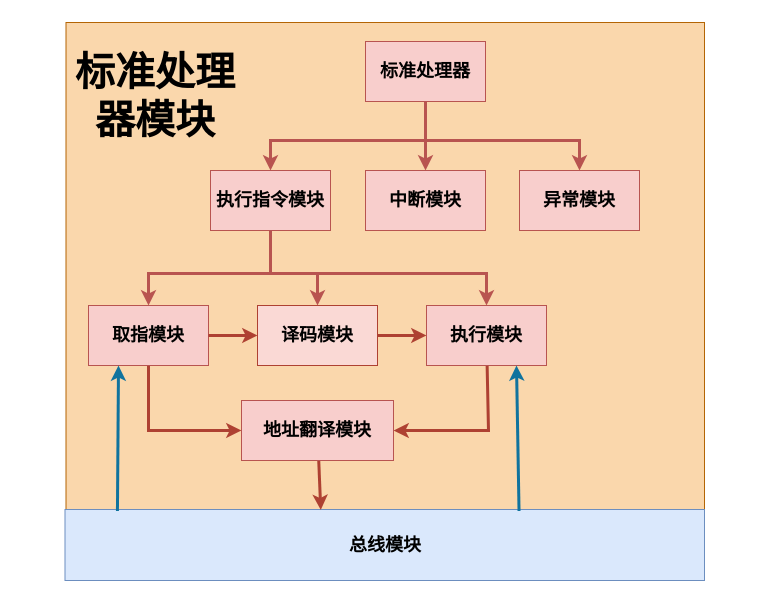
Above: page "处理器模块" (1 of 7) of doc/architecture.drawio in Clo91eaf/hemu (draw.io), before the change. Source tidied: cells renumbered, new cells numbered last; positions are measured from the earlier drawing's top-left corner, leaving out a move shared by most shapes. Both pictures are drawn from the tidied source at 100%, with x=0, y=0 at pixel (64, 22).
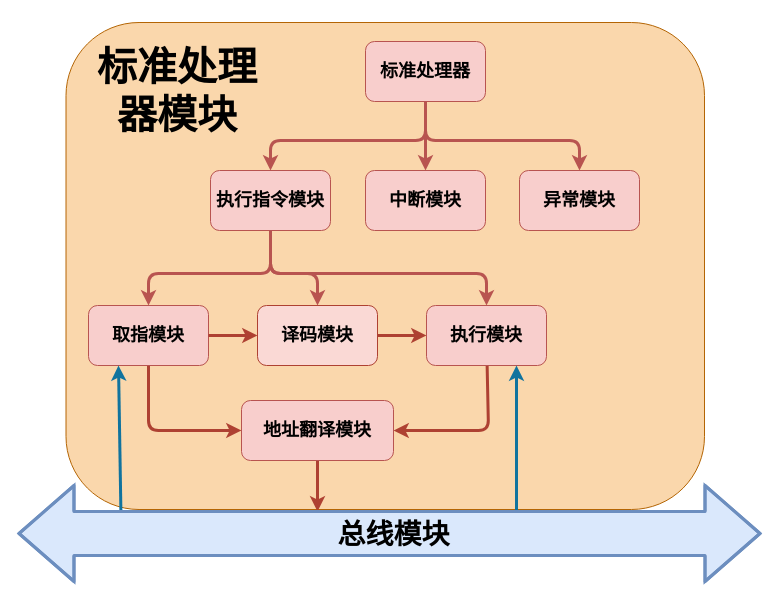
The same page after the edit.

What changed in the source:
```diff
@@
-    <mxCell id="2" style="whiteSpace=wrap;html=1;fontSize=18;fillColor=#fad7ac;strokeColor=#b46504;" parent="1" vertex="1">
+    <mxCell id="2" style="whiteSpace=wrap;html=1;fontSize=18;fillColor=#fad7ac;strokeColor=#b46504;rounded=1;" parent="1" vertex="1">
       <mxGeometry x="1.5" width="638.5" height="487" as="geometry" />
     </mxCell>
-    <mxCell id="3" style="edgeStyle=none;html=1;fontSize=18;startArrow=none;startFill=0;entryX=0.5;entryY=0;entryDx=0;entryDy=0;rounded=0;exitX=0.5;exitY=1;exitDx=0;exitDy=0;fillColor=#f8cecc;strokeColor=#b85450;strokeWidth=3;" parent="1" edge="1" source="4" target="7">
+    <mxCell id="3" style="edgeStyle=none;html=1;fontSize=18;startArrow=none;startFill=0;entryX=0.5;entryY=0;entryDx=0;entryDy=0;rounded=1;exitX=0.5;exitY=1;exitDx=0;exitDy=0;fillColor=#f8cecc;strokeColor=#b85450;strokeWidth=3;" parent="1" edge="1" source="4" target="7">
       <mxGeometry relative="1" as="geometry">
         <Array as="points">
           <mxPoint x="361" y="118" />
           <mxPoint x="206" y="118" />
         </Array>
       </mxGeometry>
     </mxCell>
-    <mxCell id="4" value="&lt;h2&gt;标准处理器&lt;/h2&gt;" style="whiteSpace=wrap;html=1;rounded=0;fillColor=#f8cecc;strokeColor=#b85450;" parent="1" vertex="1">
+    <mxCell id="4" value="&lt;h2&gt;标准处理器&lt;/h2&gt;" style="whiteSpace=wrap;html=1;rounded=1;fillColor=#f8cecc;strokeColor=#b85450;" parent="1" vertex="1">
       <mxGeometry x="301" y="19" width="120" height="60" as="geometry" />
     </mxCell>
-    <mxCell id="5" value="&lt;h2&gt;中断模块&lt;/h2&gt;" style="whiteSpace=wrap;html=1;rounded=0;fillColor=#f8cecc;strokeColor=#b85450;" parent="1" vertex="1">
+    <mxCell id="5" value="&lt;h2&gt;中断模块&lt;/h2&gt;" style="whiteSpace=wrap;html=1;rounded=1;fillColor=#f8cecc;strokeColor=#b85450;" parent="1" vertex="1">
       <mxGeometry x="301" y="148" width="120" height="60" as="geometry" />
     </mxCell>
-    <mxCell id="6" value="&lt;h2&gt;异常模块&lt;/h2&gt;" style="whiteSpace=wrap;html=1;rounded=0;fillColor=#f8cecc;strokeColor=#b85450;" parent="1" vertex="1">
+    <mxCell id="6" value="&lt;h2&gt;异常模块&lt;/h2&gt;" style="whiteSpace=wrap;html=1;rounded=1;fillColor=#f8cecc;strokeColor=#b85450;" parent="1" vertex="1">
       <mxGeometry x="455" y="148" width="120" height="60" as="geometry" />
     </mxCell>
-    <mxCell id="7" value="&lt;h2&gt;执行指令模块&lt;/h2&gt;" style="whiteSpace=wrap;html=1;rounded=0;fillColor=#f8cecc;strokeColor=#b85450;" parent="1" vertex="1">
+    <mxCell id="7" value="&lt;h2&gt;执行指令模块&lt;/h2&gt;" style="whiteSpace=wrap;html=1;rounded=1;fillColor=#f8cecc;strokeColor=#b85450;" parent="1" vertex="1">
       <mxGeometry x="146" y="148" width="120" height="60" as="geometry" />
     </mxCell>
-    <mxCell id="8" style="edgeStyle=none;html=1;fontSize=18;startArrow=none;startFill=0;entryX=0.5;entryY=0;entryDx=0;entryDy=0;exitX=0.5;exitY=1;exitDx=0;exitDy=0;rounded=0;fillColor=#f8cecc;strokeColor=#b85450;strokeWidth=3;" parent="1" edge="1" source="4" target="6">
+    <mxCell id="8" style="edgeStyle=none;html=1;fontSize=18;startArrow=none;startFill=0;entryX=0.5;entryY=0;entryDx=0;entryDy=0;exitX=0.5;exitY=1;exitDx=0;exitDy=0;rounded=1;fillColor=#f8cecc;strokeColor=#b85450;strokeWidth=3;" parent="1" edge="1" source="4" target="6">
       <mxGeometry relative="1" as="geometry">
         <Array as="points">
           <mxPoint x="361" y="118" />
           <mxPoint x="515" y="118" />
         </Array>
       </mxGeometry>
     </mxCell>
-    <mxCell id="9" style="edgeStyle=none;html=1;fontSize=18;startArrow=none;startFill=0;entryX=0.5;entryY=0;entryDx=0;entryDy=0;exitX=0.5;exitY=1;exitDx=0;exitDy=0;rounded=0;fillColor=#f8cecc;strokeColor=#b85450;strokeWidth=3;" parent="1" edge="1" source="4" target="5">
+    <mxCell id="9" style="edgeStyle=none;html=1;fontSize=18;startArrow=none;startFill=0;entryX=0.5;entryY=0;entryDx=0;entryDy=0;exitX=0.5;exitY=1;exitDx=0;exitDy=0;rounded=1;fillColor=#f8cecc;strokeColor=#b85450;strokeWidth=3;" parent="1" edge="1" source="4" target="5">
       <mxGeometry relative="1" as="geometry">
         <Array as="points">
           <mxPoint x="361" y="118" />
         </Array>
       </mxGeometry>
     </mxCell>
-    <mxCell id="10" style="edgeStyle=none;html=1;fontSize=18;startArrow=none;startFill=0;rounded=0;exitX=0.5;exitY=1;exitDx=0;exitDy=0;fillColor=#f8cecc;strokeColor=#b85450;strokeWidth=3;entryX=0.5;entryY=0;entryDx=0;entryDy=0;" parent="1" edge="1" source="7" target="12">
+    <mxCell id="10" style="edgeStyle=none;html=1;fontSize=18;startArrow=none;startFill=0;rounded=1;exitX=0.5;exitY=1;exitDx=0;exitDy=0;fillColor=#f8cecc;strokeColor=#b85450;strokeWidth=3;entryX=0.5;entryY=0;entryDx=0;entryDy=0;" parent="1" edge="1" source="7" target="12">
       <mxGeometry relative="1" as="geometry">
         <Array as="points">
           <mxPoint x="206" y="251" />
           <mxPoint x="84" y="251" />
         </Array>
       </mxGeometry>
     </mxCell>
-    <mxCell id="11" style="edgeStyle=none;html=1;strokeWidth=3;fontSize=18;startArrow=none;startFill=0;endArrow=classic;endFill=1;fillColor=#fad9d5;strokeColor=#ae4132;entryX=0;entryY=0.5;entryDx=0;entryDy=0;rounded=0;" parent="1" edge="1" source="12" target="20">
+    <mxCell id="11" style="edgeStyle=none;html=1;strokeWidth=3;fontSize=18;startArrow=none;startFill=0;endArrow=classic;endFill=1;fillColor=#fad9d5;strokeColor=#ae4132;entryX=0;entryY=0.5;entryDx=0;entryDy=0;rounded=1;" parent="1" edge="1" source="12" target="20">
       <mxGeometry relative="1" as="geometry">
         <Array as="points">
           <mxPoint x="84" y="408" />
         </Array>
       </mxGeometry>
     </mxCell>
-    <mxCell id="12" value="&lt;h2&gt;取指模块&lt;/h2&gt;" style="whiteSpace=wrap;html=1;rounded=0;fillColor=#f8cecc;strokeColor=#b85450;" parent="1" vertex="1">
+    <mxCell id="12" value="&lt;h2&gt;取指模块&lt;/h2&gt;" style="whiteSpace=wrap;html=1;rounded=1;fillColor=#f8cecc;strokeColor=#b85450;" parent="1" vertex="1">
       <mxGeometry x="24" y="283" width="120" height="60" as="geometry" />
     </mxCell>
-    <mxCell id="13" style="edgeStyle=none;html=1;strokeWidth=3;fontSize=18;startArrow=none;startFill=0;endArrow=classic;endFill=1;fillColor=#fad9d5;strokeColor=#ae4132;rounded=0;" parent="1" edge="1" source="14" target="17">
+    <mxCell id="13" style="edgeStyle=none;html=1;strokeWidth=3;fontSize=18;startArrow=none;startFill=0;endArrow=classic;endFill=1;fillColor=#fad9d5;strokeColor=#ae4132;rounded=1;" parent="1" edge="1" source="14" target="17">
       <mxGeometry relative="1" as="geometry" />
     </mxCell>
-    <mxCell id="14" value="&lt;h2&gt;译码模块&lt;/h2&gt;" style="whiteSpace=wrap;html=1;rounded=0;fillColor=#fad9d5;strokeColor=#ae4132;" parent="1" vertex="1">
+    <mxCell id="14" value="&lt;h2&gt;译码模块&lt;/h2&gt;" style="whiteSpace=wrap;html=1;rounded=1;fillColor=#fad9d5;strokeColor=#ae4132;" parent="1" vertex="1">
       <mxGeometry x="193" y="283" width="120" height="60" as="geometry" />
     </mxCell>
-    <mxCell id="15" style="edgeStyle=none;jettySize=auto;html=1;strokeWidth=3;fontSize=18;startArrow=none;startFill=0;endArrow=classic;endFill=1;exitX=1;exitY=0.5;exitDx=0;exitDy=0;entryX=0;entryY=0.5;entryDx=0;entryDy=0;fillColor=#fad9d5;strokeColor=#ae4132;rounded=0;" parent="1" edge="1" source="12" target="14">
+    <mxCell id="15" style="edgeStyle=none;jettySize=auto;html=1;strokeWidth=3;fontSize=18;startArrow=none;startFill=0;endArrow=classic;endFill=1;exitX=1;exitY=0.5;exitDx=0;exitDy=0;entryX=0;entryY=0.5;entryDx=0;entryDy=0;fillColor=#fad9d5;strokeColor=#ae4132;rounded=1;" parent="1" edge="1" source="12" target="14">
       <mxGeometry relative="1" as="geometry" />
     </mxCell>
-    <mxCell id="16" style="edgeStyle=none;html=1;strokeWidth=3;fontSize=18;startArrow=none;startFill=0;endArrow=classic;endFill=1;entryX=1;entryY=0.5;entryDx=0;entryDy=0;fillColor=#fad9d5;strokeColor=#ae4132;rounded=0;" parent="1" edge="1" source="17" target="20">
+    <mxCell id="16" style="edgeStyle=none;html=1;strokeWidth=3;fontSize=18;startArrow=none;startFill=0;endArrow=classic;endFill=1;entryX=1;entryY=0.5;entryDx=0;entryDy=0;fillColor=#fad9d5;strokeColor=#ae4132;rounded=1;" parent="1" edge="1" source="17" target="20">
       <mxGeometry relative="1" as="geometry">
         <Array as="points">
           <mxPoint x="424" y="408" />
         </Array>
       </mxGeometry>
     </mxCell>
-    <mxCell id="17" value="&lt;h2&gt;执行模块&lt;/h2&gt;" style="whiteSpace=wrap;html=1;rounded=0;fillColor=#f8cecc;strokeColor=#b85450;" parent="1" vertex="1">
+    <mxCell id="17" value="&lt;h2&gt;执行模块&lt;/h2&gt;" style="whiteSpace=wrap;html=1;rounded=1;fillColor=#f8cecc;strokeColor=#b85450;" parent="1" vertex="1">
       <mxGeometry x="362" y="283" width="120" height="60" as="geometry" />
     </mxCell>
-    <mxCell id="18" value="&lt;h2&gt;总线模块&lt;/h2&gt;" style="whiteSpace=wrap;html=1;rounded=0;fillColor=#dae8fc;strokeColor=#6c8ebf;" parent="1" vertex="1">
-      <mxGeometry x="0.5" y="487" width="639.5" height="71" as="geometry" />
-    </mxCell>
-    <mxCell id="19" style="edgeStyle=none;html=1;strokeWidth=3;fontSize=18;startArrow=none;startFill=0;endArrow=classic;endFill=1;fillColor=#fad9d5;strokeColor=#ae4132;rounded=0;entryX=0.399;entryY=1.001;entryDx=0;entryDy=0;entryPerimeter=0;" parent="1" edge="1" source="20" target="2">
-      <mxGeometry relative="1" as="geometry" />
+    <mxCell id="19" style="edgeStyle=none;html=1;strokeWidth=3;fontSize=18;startArrow=none;startFill=0;endArrow=classic;endFill=1;fillColor=#fad9d5;strokeColor=#ae4132;rounded=1;" parent="1" edge="1" source="20">
+      <mxGeometry relative="1" as="geometry">
+        <mxPoint x="253" y="489" as="targetPoint" />
+      </mxGeometry>
     </mxCell>
-    <mxCell id="20" value="&lt;h2&gt;地址翻译模块&lt;/h2&gt;" style="whiteSpace=wrap;html=1;rounded=0;fillColor=#f8cecc;strokeColor=#b85450;" parent="1" vertex="1">
+    <mxCell id="20" value="&lt;h2&gt;地址翻译模块&lt;/h2&gt;" style="whiteSpace=wrap;html=1;rounded=1;fillColor=#f8cecc;strokeColor=#b85450;" parent="1" vertex="1">
       <mxGeometry x="177" y="378" width="152" height="60" as="geometry" />
     </mxCell>
-    <mxCell id="21" style="edgeStyle=none;jettySize=auto;html=1;strokeWidth=3;fontSize=18;startArrow=none;startFill=0;endArrow=classic;endFill=1;fillColor=#b1ddf0;strokeColor=#10739e;entryX=0.25;entryY=1;entryDx=0;entryDy=0;exitX=0.082;exitY=0.021;exitDx=0;exitDy=0;exitPerimeter=0;" parent="1" edge="1" source="18" target="12">
-      <mxGeometry relative="1" as="geometry" />
+    <mxCell id="21" style="edgeStyle=none;jettySize=auto;html=1;strokeWidth=3;fontSize=18;startArrow=none;startFill=0;endArrow=classic;endFill=1;fillColor=#b1ddf0;strokeColor=#10739e;entryX=0.25;entryY=1;entryDx=0;entryDy=0;exitX=0.082;exitY=0.021;exitDx=0;exitDy=0;exitPerimeter=0;rounded=1;" parent="1" edge="1" target="12">
+      <mxGeometry relative="1" as="geometry">
+        <mxPoint x="56.4" y="488.5" as="sourcePoint" />
+      </mxGeometry>
     </mxCell>
-    <mxCell id="22" style="edgeStyle=none;jettySize=auto;html=1;strokeWidth=3;fontSize=18;startArrow=none;startFill=0;endArrow=classic;endFill=1;fillColor=#b1ddf0;strokeColor=#10739e;entryX=0.75;entryY=1;entryDx=0;entryDy=0;exitX=0.71;exitY=0.021;exitDx=0;exitDy=0;exitPerimeter=0;" parent="1" edge="1" source="18" target="17">
-      <mxGeometry relative="1" as="geometry" />
+    <mxCell id="22" style="edgeStyle=none;jettySize=auto;html=1;strokeWidth=3;fontSize=18;startArrow=none;startFill=0;endArrow=classic;endFill=1;fillColor=#b1ddf0;strokeColor=#10739e;entryX=0.75;entryY=1;entryDx=0;entryDy=0;rounded=1;" parent="1" edge="1" target="17">
+      <mxGeometry relative="1" as="geometry">
+        <mxPoint x="452" y="493" as="sourcePoint" />
+      </mxGeometry>
     </mxCell>
-    <mxCell id="23" value="&lt;font style=&quot;font-size: 40px;&quot;&gt;标准处理器模块&lt;/font&gt;" style="text;strokeColor=none;align=center;fillColor=none;html=1;verticalAlign=middle;whiteSpace=wrap;rounded=0;fontStyle=1;" parent="1" vertex="1">
-      <mxGeometry x="5" width="172" height="146" as="geometry" />
+    <mxCell id="23" value="&lt;font style=&quot;font-size: 40px;&quot;&gt;标准处理器模块&lt;/font&gt;" style="text;strokeColor=none;align=center;fillColor=none;html=1;verticalAlign=middle;whiteSpace=wrap;rounded=1;fontStyle=1;" parent="1" vertex="1">
+      <mxGeometry x="27" y="-5" width="172" height="146" as="geometry" />
     </mxCell>
-    <mxCell id="24" style="edgeStyle=none;html=1;fontSize=18;startArrow=none;startFill=0;rounded=0;exitX=0.5;exitY=1;exitDx=0;exitDy=0;fillColor=#f8cecc;strokeColor=#b85450;strokeWidth=3;entryX=0.5;entryY=0;entryDx=0;entryDy=0;" parent="1" edge="1" source="7" target="14">
+    <mxCell id="24" style="edgeStyle=none;html=1;fontSize=18;startArrow=none;startFill=0;rounded=1;exitX=0.5;exitY=1;exitDx=0;exitDy=0;fillColor=#f8cecc;strokeColor=#b85450;strokeWidth=3;entryX=0.5;entryY=0;entryDx=0;entryDy=0;" parent="1" edge="1" source="7" target="14">
       <mxGeometry relative="1" as="geometry">
         <Array as="points">
           <mxPoint x="206" y="251" />
           <mxPoint x="253" y="251" />
         </Array>
       </mxGeometry>
     </mxCell>
-    <mxCell id="25" style="edgeStyle=none;html=1;fontSize=18;startArrow=none;startFill=0;rounded=0;exitX=0.5;exitY=1;exitDx=0;exitDy=0;fillColor=#f8cecc;strokeColor=#b85450;strokeWidth=3;entryX=0.5;entryY=0;entryDx=0;entryDy=0;" parent="1" edge="1" source="7" target="17">
+    <mxCell id="25" style="edgeStyle=none;html=1;fontSize=18;startArrow=none;startFill=0;rounded=1;exitX=0.5;exitY=1;exitDx=0;exitDy=0;fillColor=#f8cecc;strokeColor=#b85450;strokeWidth=3;entryX=0.5;entryY=0;entryDx=0;entryDy=0;" parent="1" edge="1" source="7" target="17">
       <mxGeometry relative="1" as="geometry">
         <Array as="points">
           <mxPoint x="206" y="251" />
           <mxPoint x="422" y="251" />
         </Array>
       </mxGeometry>
     </mxCell>
+    <mxCell id="26" style="orthogonalLoop=1;jettySize=auto;html=1;rounded=1;shape=flexArrow;startArrow=block;strokeWidth=3;startWidth=49;startSize=17.33;width=42;endSize=17.33;edgeStyle=elbowEdgeStyle;endWidth=49;fillColor=#dae8fc;strokeColor=#6c8ebf;" parent="1" edge="1">
+      <mxGeometry relative="1" as="geometry">
+        <mxPoint x="-47" y="511" as="sourcePoint" />
+        <mxPoint x="697" y="511" as="targetPoint" />
+      </mxGeometry>
+    </mxCell>
+    <mxCell id="18" value="总线模块" style="edgeLabel;html=1;align=center;verticalAlign=middle;points=[];fontSize=28;fontColor=default;labelBackgroundColor=none;fontStyle=1;" parent="26" vertex="1">
+      <mxGeometry x="-0.07" y="-10" relative="1" as="geometry">
+        <mxPoint x="29" y="-10" as="offset" />
+      </mxGeometry>
+    </mxCell>
```
